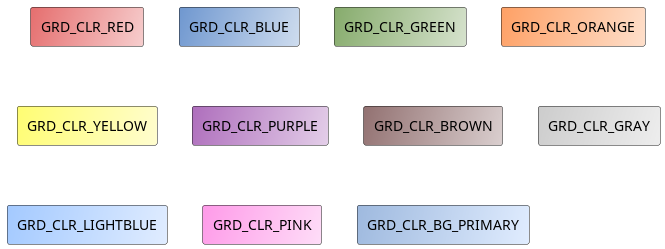
Earlier version of the PlantUML export _example/gradients.png (wizardjedi/a1s-plantuml-lib).
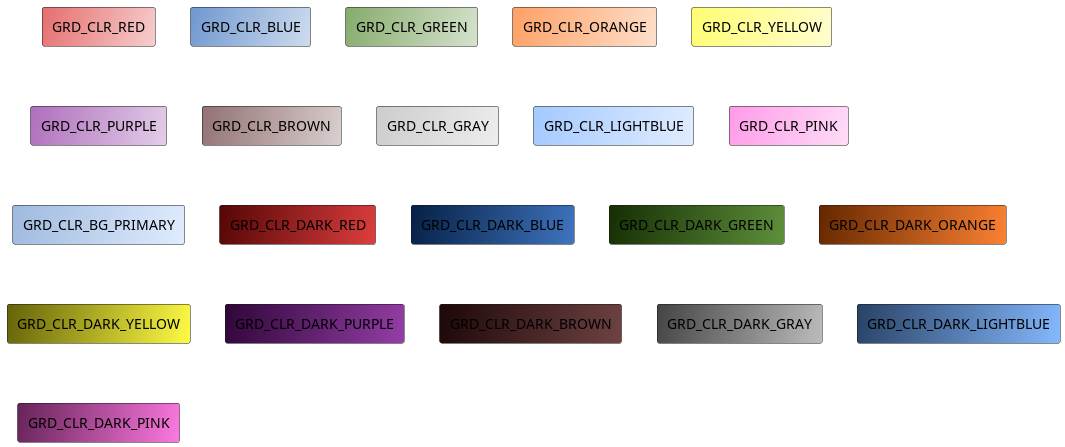
Above is the later version.

Diff of the diagram source:
```diff
@@ -15,4 +15,15 @@
 
 rectangle "GRD_CLR_BG_PRIMARY" as r11 $GRD_CLR_BG_PRIMARY
 
+rectangle "GRD_CLR_DARK_RED" as d1 $GRD_CLR_DARK_RED
+rectangle "GRD_CLR_DARK_BLUE" as d2 $GRD_CLR_DARK_BLUE
+rectangle "GRD_CLR_DARK_GREEN" as d3 $GRD_CLR_DARK_GREEN
+rectangle "GRD_CLR_DARK_ORANGE" as d4 $GRD_CLR_DARK_ORANGE
+rectangle "GRD_CLR_DARK_YELLOW" as d5 $GRD_CLR_DARK_YELLOW
+rectangle "GRD_CLR_DARK_PURPLE" as d6 $GRD_CLR_DARK_PURPLE
+rectangle "GRD_CLR_DARK_BROWN" as d7 $GRD_CLR_DARK_BROWN
+rectangle "GRD_CLR_DARK_GRAY" as d8 $GRD_CLR_DARK_GRAY
+rectangle "GRD_CLR_DARK_LIGHTBLUE" as d9 $GRD_CLR_DARK_LIGHTBLUE
+rectangle "GRD_CLR_DARK_PINK" as d10 $GRD_CLR_DARK_PINK
+
 @enduml
```
